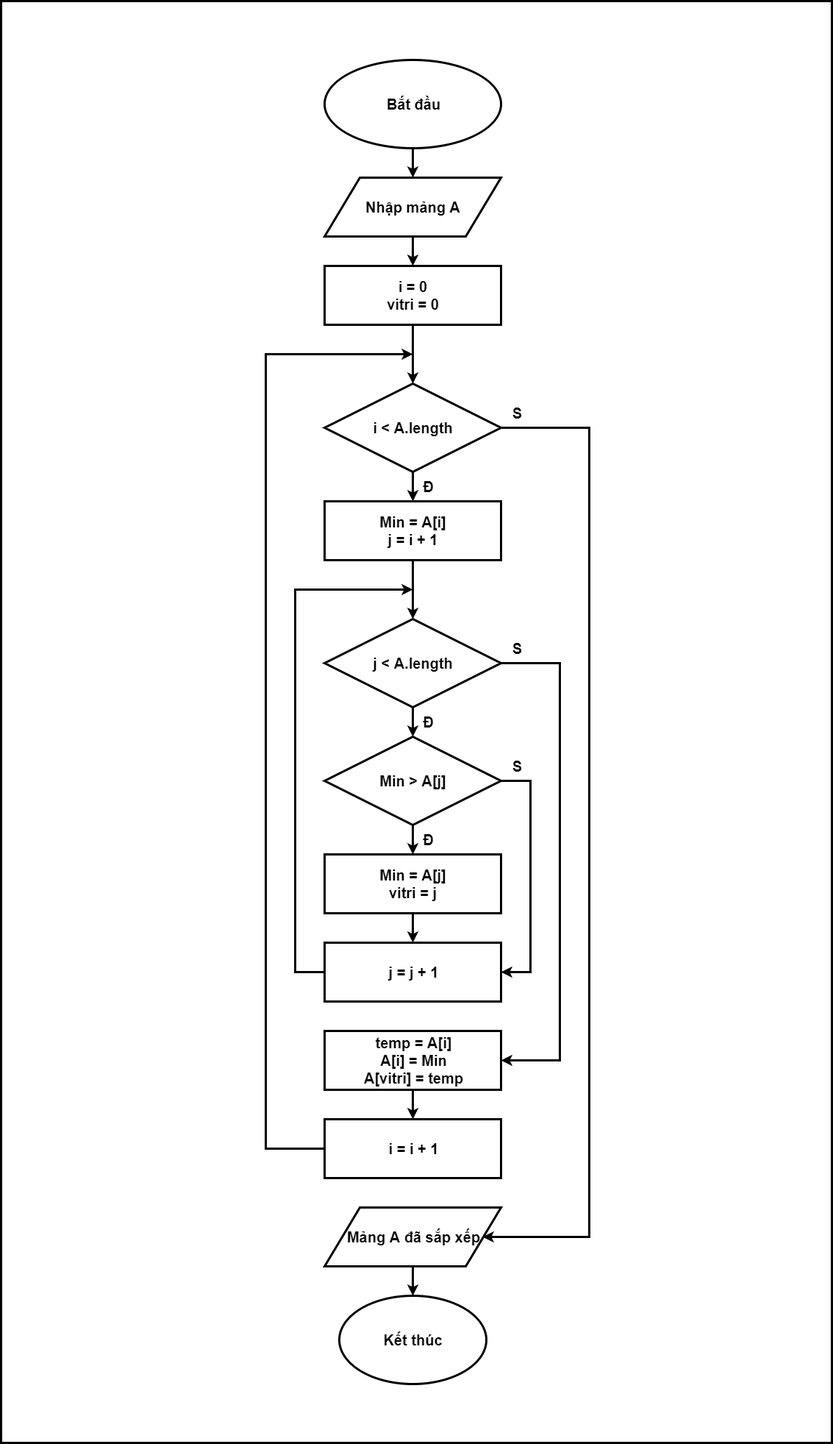
The draw.io diagram TuanVP/6b.png in FASTTRACKSE/FFSE1703.LP6, before a commit. Source tidied: cells renumbered, new cells last; positions are measured from the earlier drawing's top-left corner, leaving out a move shared by most shapes.
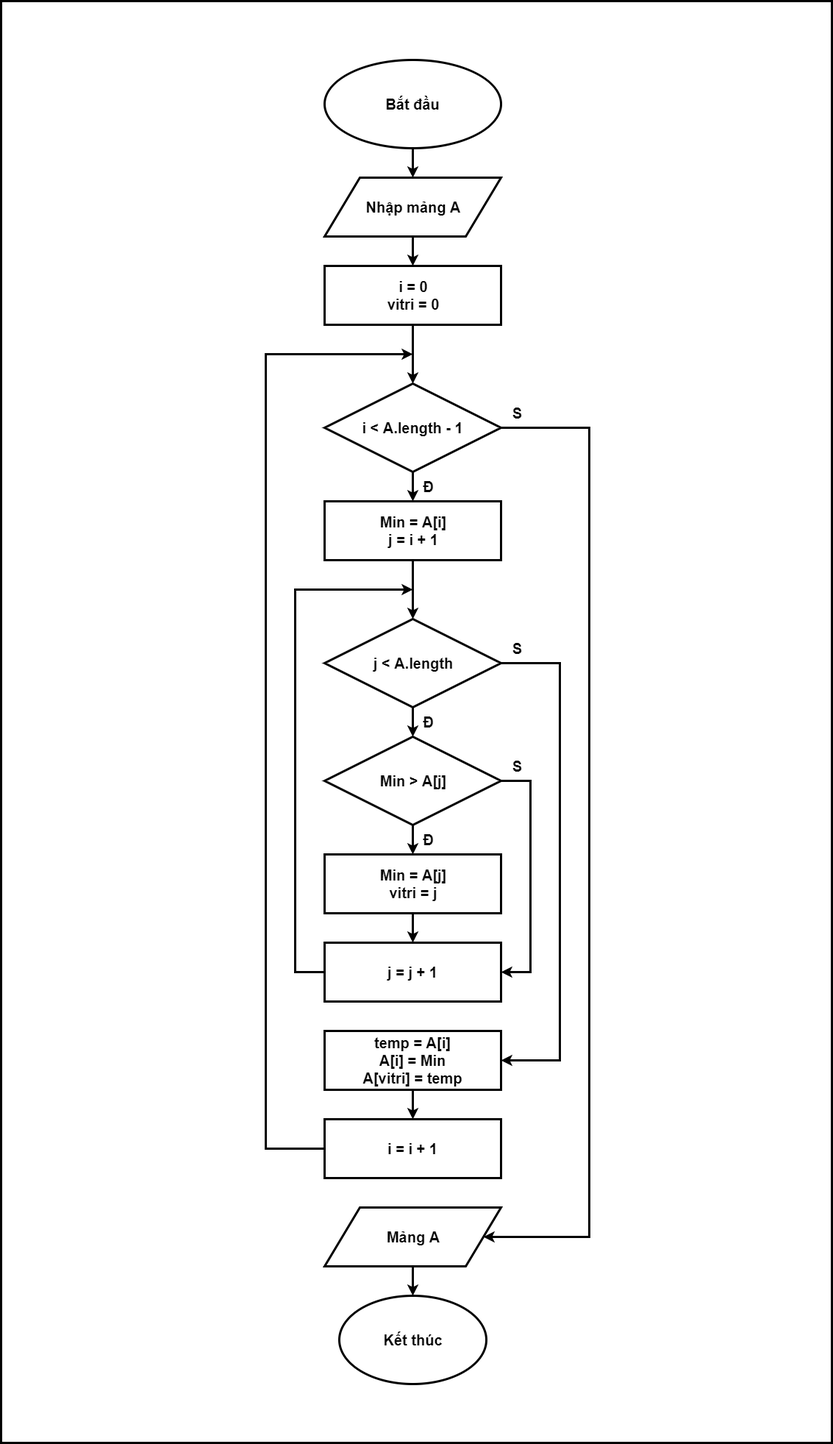
Later version of the same file.

The edit, as a diff of the source:
```diff
@@ -28,7 +28,7 @@
         </Array>
       </mxGeometry>
     </mxCell>
-    <mxCell id="9" value="&lt;font style=&quot;font-size: 20px&quot;&gt;&lt;b&gt;i &amp;lt; A.length&lt;/b&gt;&lt;/font&gt;" style="rhombus;whiteSpace=wrap;html=1;strokeWidth=3;" parent="1" vertex="1">
+    <mxCell id="9" value="&lt;font style=&quot;font-size: 20px&quot;&gt;&lt;b&gt;i &amp;lt; A.length - 1&lt;/b&gt;&lt;/font&gt;" style="rhombus;whiteSpace=wrap;html=1;strokeWidth=3;" parent="1" vertex="1">
       <mxGeometry x="440" y="520" width="240" height="120" as="geometry" />
     </mxCell>
     <mxCell id="10" style="edgeStyle=orthogonalEdgeStyle;rounded=0;html=1;exitX=0.5;exitY=1;entryX=0.5;entryY=0;jettySize=auto;strokeWidth=3;" parent="1" edge="1" source="11" target="14">
@@ -92,7 +92,7 @@
     <mxCell id="24" style="edgeStyle=orthogonalEdgeStyle;rounded=0;html=1;exitX=0.5;exitY=1;entryX=0.5;entryY=0;jettySize=auto;strokeWidth=3;" parent="1" edge="1" source="25" target="26">
       <mxGeometry relative="1" as="geometry" />
     </mxCell>
-    <mxCell id="25" value="&lt;font style=&quot;font-size: 20px&quot;&gt;&lt;b&gt;Mảng A đã sắp xếp&lt;/b&gt;&lt;/font&gt;" style="shape=parallelogram;perimeter=parallelogramPerimeter;whiteSpace=wrap;html=1;strokeWidth=3;" parent="1" vertex="1">
+    <mxCell id="25" value="&lt;font style=&quot;font-size: 20px&quot;&gt;&lt;b&gt;Mảng A&lt;/b&gt;&lt;/font&gt;" style="shape=parallelogram;perimeter=parallelogramPerimeter;whiteSpace=wrap;html=1;strokeWidth=3;" parent="1" vertex="1">
       <mxGeometry x="440" y="1640" width="240" height="80" as="geometry" />
     </mxCell>
     <mxCell id="26" value="&lt;font style=&quot;font-size: 20px&quot;&gt;&lt;b&gt;Kết thúc&lt;/b&gt;&lt;/font&gt;" style="ellipse;whiteSpace=wrap;html=1;strokeWidth=3;" parent="1" vertex="1">
```
